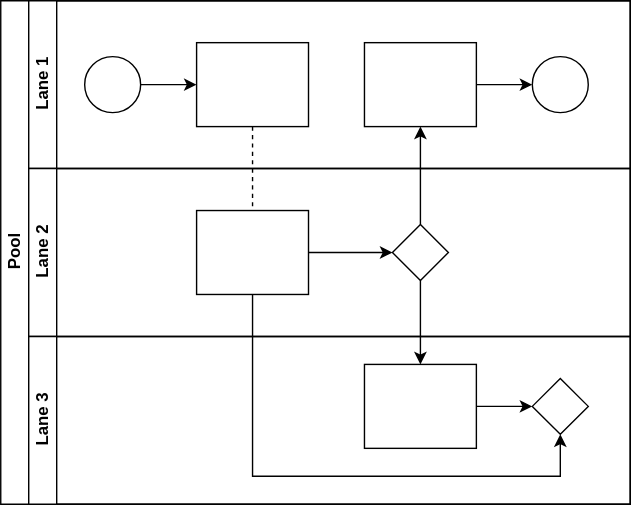
This is lss/Diagram008.svg from lsss1111/Diagram01, a draw.io export, as it was before one commit. Source tidied: cells renumbered, new cells last; positions are measured from the earlier drawing's top-left corner, leaving out a move shared by most shapes.
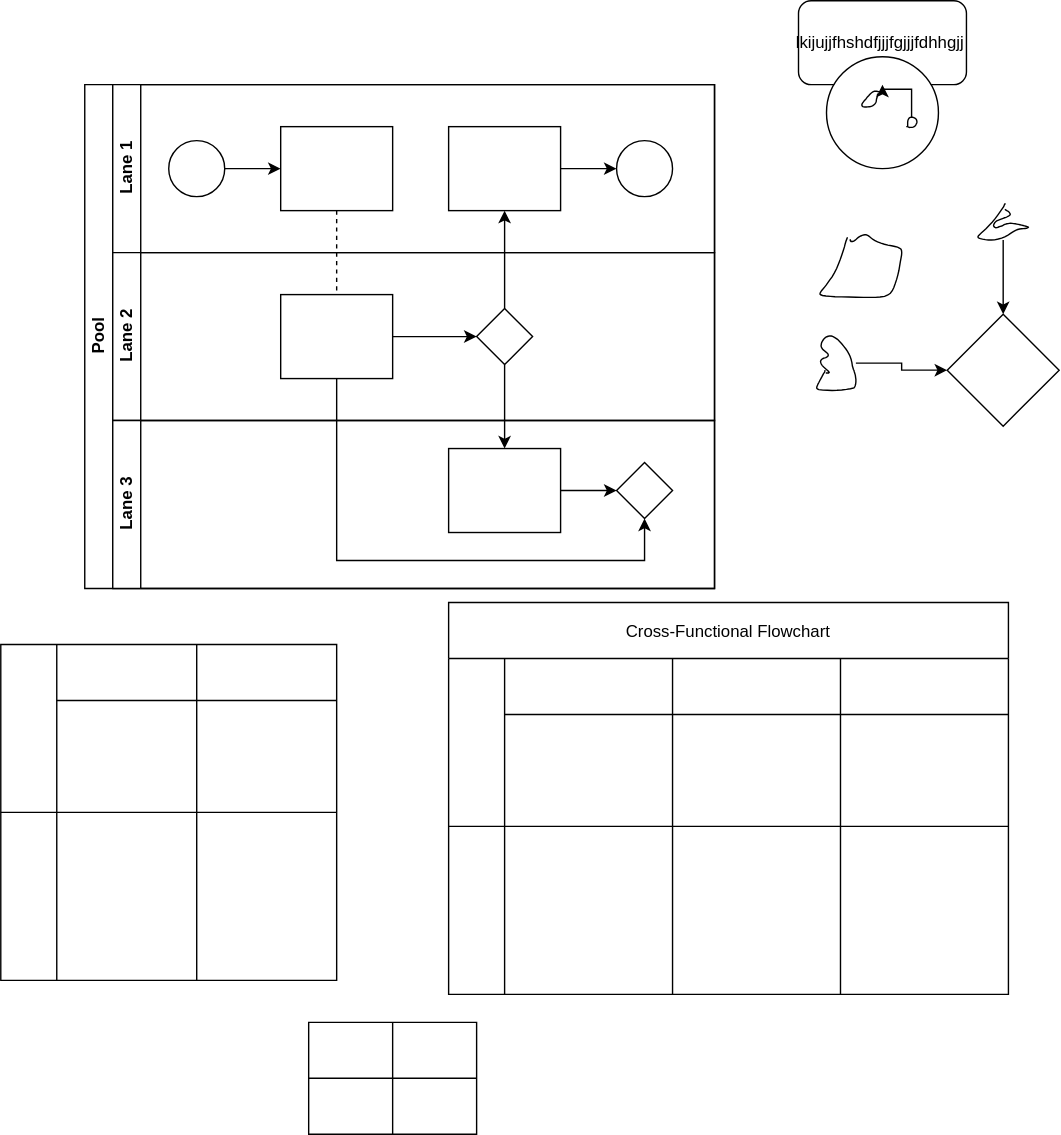
Later version of the same file.

What changed in the source:
```diff
@@ -67,5 +67,110 @@
     <mxCell id="21" style="rhombus;whiteSpace=wrap;html=1;fontFamily=Helvetica;fontSize=12;fontColor=#000000;align=center;" parent="18" vertex="1">
       <mxGeometry x="360" y="30" width="40" height="40" as="geometry" />
     </mxCell>
+    <mxCell id="22" style="rounded=1;whiteSpace=wrap;html=1;" parent="1" vertex="1">
+      <mxGeometry x="510" y="-60" width="120" height="60" as="geometry" />
+    </mxCell>
+    <mxCell id="23" style="ellipse;whiteSpace=wrap;html=1;" parent="1" vertex="1">
+      <mxGeometry x="530" y="-20" width="80" height="80" as="geometry" />
+    </mxCell>
+    <mxCell id="24" style="shape=(stored shape, 988 characters);fillColor=none;" parent="1" vertex="1">
+      <mxGeometry x="525.4" y="107.2" width="58.4" height="44.8" as="geometry" />
+    </mxCell>
+    <mxCell id="25" style="shape=(stored shape, 552 characters);fillColor=none;" parent="1" vertex="1">
+      <mxGeometry x="555.2" y="4.8" width="14.8" height="11.2" as="geometry" />
+    </mxCell>
+    <mxCell id="26" style="edgeStyle=orthogonalEdgeStyle;rounded=0;jettySize=auto;html=1;" parent="1" edge="1" source="27" target="22">
+      <mxGeometry relative="1" as="geometry" />
+    </mxCell>
+    <mxCell id="27" style="shape=(stored shape, 444 characters);fillColor=none;" parent="1" vertex="1">
+      <mxGeometry x="587" y="23.2" width="7.6" height="7.3" as="geometry" />
+    </mxCell>
+    <mxCell id="28" style="edgeStyle=orthogonalEdgeStyle;rounded=0;jettySize=auto;html=1;" parent="1" edge="1" source="29" target="30">
+      <mxGeometry relative="1" as="geometry" />
+    </mxCell>
+    <mxCell id="29" style="shape=(stored shape, 1088 characters);fillColor=none;" parent="1" vertex="1">
+      <mxGeometry x="638.2" y="85" width="36" height="26" as="geometry" />
+    </mxCell>
+    <mxCell id="30" style="rhombus;whiteSpace=wrap;html=1;fillColor=none;" parent="1" vertex="1">
+      <mxGeometry x="616.2" y="164" width="80" height="80" as="geometry" />
+    </mxCell>
+    <mxCell id="31" style="edgeStyle=orthogonalEdgeStyle;rounded=0;jettySize=auto;html=1;entryX=0;entryY=0.5;entryDx=0;entryDy=0;" parent="1" edge="1" source="32" target="30">
+      <mxGeometry relative="1" as="geometry" />
+    </mxCell>
+    <mxCell id="32" style="shape=(stored shape, 1148 characters);fillColor=none;" parent="1" vertex="1">
+      <mxGeometry x="523" y="179.5" width="28" height="39" as="geometry" />
+    </mxCell>
+    <mxCell id="33" value="lkijujjfhshdfjjjfgjjjfdhhgjj" style="text;html=1;align=center;verticalAlign=middle;fillColor=none;strokeColor=none;rounded=0;" parent="1" vertex="1">
+      <mxGeometry x="498.2" y="-40" width="140" height="20" as="geometry" />
+    </mxCell>
+    <mxCell id="34" value="Cross-Functional Flowchart" style="shape=table;startSize=40;" parent="1" vertex="1">
+      <mxGeometry x="260" y="370" width="400" height="280" as="geometry" />
+    </mxCell>
+    <mxCell id="35" style="shape=tableRow;horizontal=0;swimlaneHead=0;swimlaneBody=0;top=0;left=0;bottom=0;right=0;fontStyle=0;fillColor=none;startSize=40;" parent="34" vertex="1">
+      <mxGeometry y="40" width="400" height="120" as="geometry" />
+    </mxCell>
+    <mxCell id="36" style="swimlane;swimlaneHead=0;swimlaneBody=0;fontStyle=0;fillColor=none;startSize=40;" parent="35" vertex="1">
+      <mxGeometry x="40" width="120" height="120" as="geometry" />
+    </mxCell>
+    <mxCell id="37" style="swimlane;swimlaneHead=0;swimlaneBody=0;fontStyle=0;fillColor=none;startSize=40;" parent="35" vertex="1">
+      <mxGeometry x="160" width="120" height="120" as="geometry" />
+    </mxCell>
+    <mxCell id="38" style="swimlane;swimlaneHead=0;swimlaneBody=0;fontStyle=0;fillColor=none;startSize=40;" parent="35" vertex="1">
+      <mxGeometry x="280" width="120" height="120" as="geometry" />
+    </mxCell>
+    <mxCell id="39" style="shape=tableRow;horizontal=0;swimlaneHead=0;swimlaneBody=0;top=0;left=0;bottom=0;right=0;fontStyle=0;fillColor=none;startSize=40;" parent="34" vertex="1">
+      <mxGeometry y="160" width="400" height="120" as="geometry" />
+    </mxCell>
+    <mxCell id="40" style="swimlane;swimlaneHead=0;swimlaneBody=0;fontStyle=0;fillColor=none;startSize=0;" parent="39" vertex="1">
+      <mxGeometry x="40" width="120" height="120" as="geometry" />
+    </mxCell>
+    <mxCell id="41" style="swimlane;swimlaneHead=0;swimlaneBody=0;fontStyle=0;fillColor=none;startSize=0;" parent="39" vertex="1">
+      <mxGeometry x="160" width="120" height="120" as="geometry" />
+    </mxCell>
+    <mxCell id="42" style="swimlane;swimlaneHead=0;swimlaneBody=0;fontStyle=0;fillColor=none;startSize=0;" parent="39" vertex="1">
+      <mxGeometry x="280" width="120" height="120" as="geometry" />
+    </mxCell>
+    <mxCell id="43" style="shape=table;startSize=0;fillColor=none;" parent="1" vertex="1">
+      <mxGeometry x="-60" y="400" width="240" height="240" as="geometry" />
+    </mxCell>
+    <mxCell id="44" style="shape=tableRow;horizontal=0;swimlaneHead=0;swimlaneBody=0;top=0;left=0;bottom=0;right=0;fontStyle=0;fillColor=none;startSize=40;" parent="43" vertex="1">
+      <mxGeometry width="240" height="120" as="geometry" />
+    </mxCell>
+    <mxCell id="45" style="swimlane;swimlaneHead=0;swimlaneBody=0;fontStyle=0;fillColor=none;startSize=40;" parent="44" vertex="1">
+      <mxGeometry x="40" width="100" height="120" as="geometry" />
+    </mxCell>
+    <mxCell id="46" style="swimlane;swimlaneHead=0;swimlaneBody=0;fontStyle=0;fillColor=none;startSize=40;" parent="44" vertex="1">
+      <mxGeometry x="140" width="100" height="120" as="geometry" />
+    </mxCell>
+    <mxCell id="47" style="shape=tableRow;horizontal=0;swimlaneHead=0;swimlaneBody=0;top=0;left=0;bottom=0;right=0;fontStyle=0;fillColor=none;startSize=40;" parent="43" vertex="1">
+      <mxGeometry y="120" width="240" height="120" as="geometry" />
+    </mxCell>
+    <mxCell id="48" style="swimlane;swimlaneHead=0;swimlaneBody=0;fontStyle=0;fillColor=none;startSize=0;" parent="47" vertex="1">
+      <mxGeometry x="40" width="100" height="120" as="geometry" />
+    </mxCell>
+    <mxCell id="49" style="swimlane;swimlaneHead=0;swimlaneBody=0;fontStyle=0;fillColor=none;startSize=0;" parent="47" vertex="1">
+      <mxGeometry x="140" width="100" height="120" as="geometry" />
+    </mxCell>
+    <mxCell id="50" style="shape=table;startSize=0;" parent="1" vertex="1">
+      <mxGeometry x="160" y="670" width="120" height="80" as="geometry" />
+    </mxCell>
+    <mxCell id="51" style="shape=tableRow;horizontal=0;startSize=0;swimlaneHead=0;swimlaneBody=0;top=0;left=0;bottom=0;right=0;fillColor=none;" parent="50" vertex="1">
+      <mxGeometry width="120" height="40" as="geometry" />
+    </mxCell>
+    <mxCell id="52" style="shape=partialRectangle;html=1;whiteSpace=wrap;overflow=hidden;fillColor=none;top=0;left=0;bottom=0;right=0;" parent="51" vertex="1">
+      <mxGeometry width="60" height="40" as="geometry" />
+    </mxCell>
+    <mxCell id="53" style="shape=partialRectangle;html=1;whiteSpace=wrap;overflow=hidden;fillColor=none;top=0;left=0;bottom=0;right=0;" parent="51" vertex="1">
+      <mxGeometry x="60" width="60" height="40" as="geometry" />
+    </mxCell>
+    <mxCell id="54" style="shape=tableRow;horizontal=0;startSize=0;swimlaneHead=0;swimlaneBody=0;top=0;left=0;bottom=0;right=0;fillColor=none;" parent="50" vertex="1">
+      <mxGeometry y="40" width="120" height="40" as="geometry" />
+    </mxCell>
+    <mxCell id="55" style="shape=partialRectangle;html=1;whiteSpace=wrap;overflow=hidden;fillColor=none;top=0;left=0;bottom=0;right=0;" parent="54" vertex="1">
+      <mxGeometry width="60" height="40" as="geometry" />
+    </mxCell>
+    <mxCell id="56" style="shape=partialRectangle;html=1;whiteSpace=wrap;overflow=hidden;fillColor=none;top=0;left=0;bottom=0;right=0;" parent="54" vertex="1">
+      <mxGeometry x="60" width="60" height="40" as="geometry" />
+    </mxCell>
   </root>
 </mxGraphModel>
```
